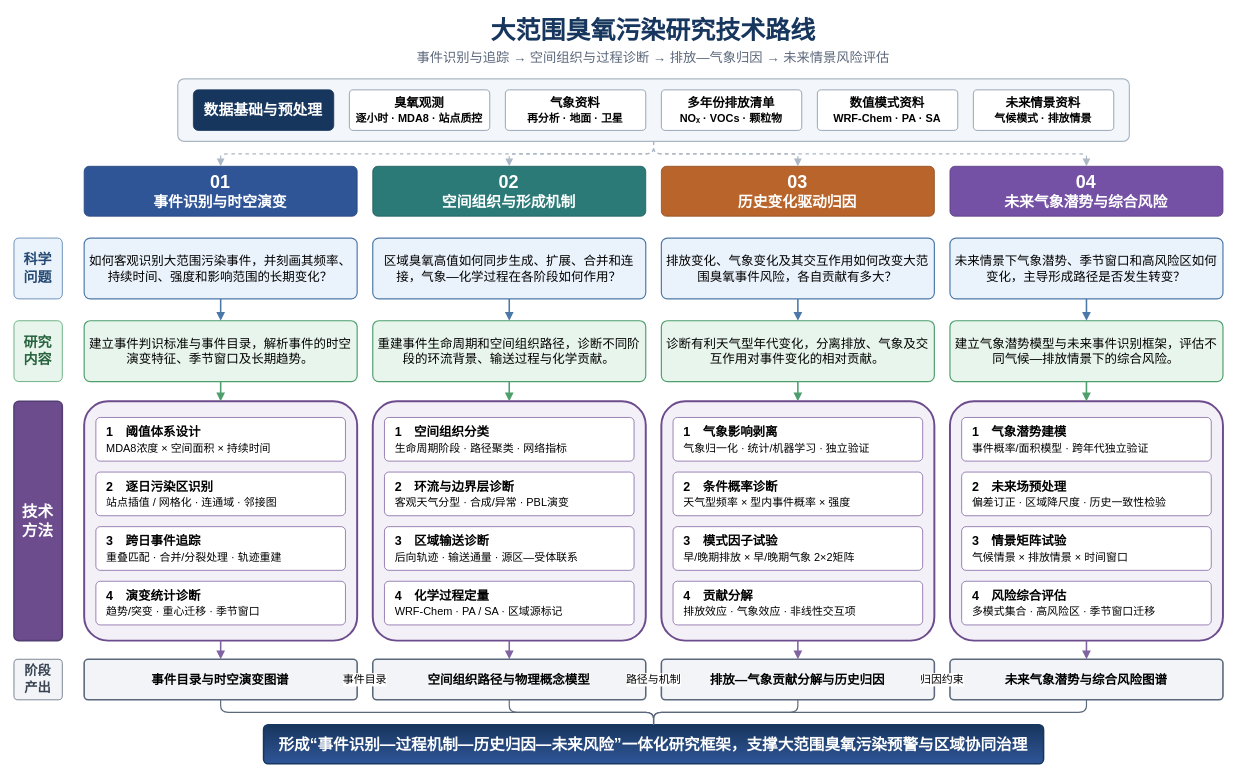
abc12580abc/workflow keeps this draw.io diagram as 技术路线图v1.drawio. Above is the earlier version. Source tidied: cells renumbered, new cells numbered last; positions are measured from the earlier drawing's top-left corner, leaving out a move shared by most shapes. Both pictures are drawn from the tidied source at 78%, with x=0, y=0 at pixel (13, 13).
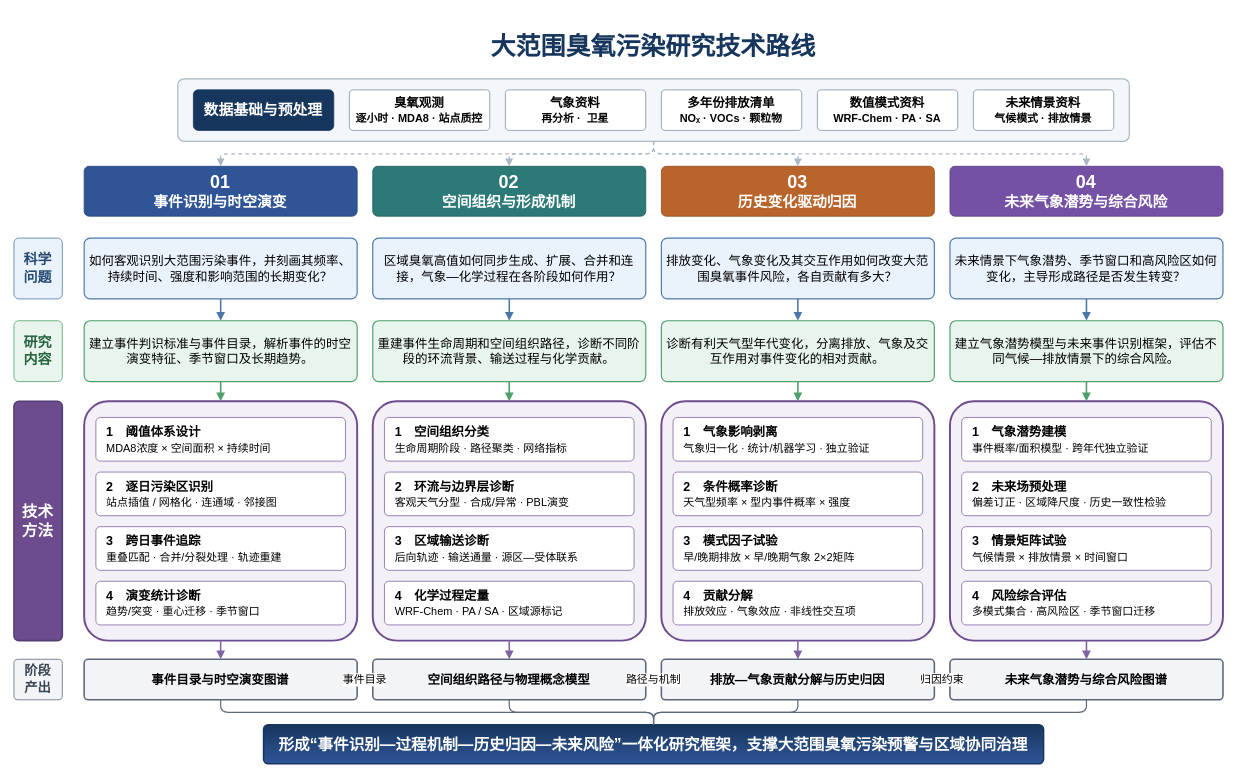
Above is the later version.

Commit message:
技术路线图v1.drawio

Change to the diagram source:
```diff
@@
     <mxCell id="2" value="大范围臭氧污染研究技术路线" style="text;html=1;align=center;verticalAlign=middle;whiteSpace=wrap;fontFamily=Microsoft YaHei;fontSize=32;fontStyle=1;fontColor=#17365D;" parent="1" vertex="1">
-      <mxGeometry x="140.4" y="-0.3" width="1360" height="44" as="geometry" />
+      <mxGeometry x="140.4" y="21" width="1360" height="44" as="geometry" />
     </mxCell>
-    <mxCell id="3" value="事件识别与追踪  →  空间组织与过程诊断  →  排放—气象归因  →  未来情景风险评估" style="text;html=1;align=center;verticalAlign=middle;whiteSpace=wrap;fontFamily=Microsoft YaHei;fontSize=17;fontColor=#5B677A;" parent="1" vertex="1">
-      <mxGeometry x="160.4" y="41.7" width="1320" height="30" as="geometry" />
-    </mxCell>
@@
-    <mxCell id="7" value="气象资料&lt;br&gt;&lt;font style=&quot;font-size:14px&quot;&gt;再分析 · 地面 · 卫星&lt;/font&gt;" style="rounded=1;whiteSpace=wrap;html=1;fillColor=#FFFFFF;strokeColor=#7F8FA4;fontFamily=Microsoft YaHei;fontSize=16;fontStyle=1;align=center;verticalAlign=middle;arcSize=10;" parent="1" vertex="1">
+    <mxCell id="7" value="气象资料&lt;br&gt;&lt;font style=&quot;font-size:14px&quot;&gt;再分析 ·&amp;nbsp; 卫星&lt;/font&gt;" style="rounded=1;whiteSpace=wrap;html=1;fillColor=#FFFFFF;strokeColor=#7F8FA4;fontFamily=Microsoft YaHei;fontSize=16;fontStyle=1;align=center;verticalAlign=middle;arcSize=10;" parent="1" vertex="1">
       <mxGeometry x="630.4" y="97.7" width="180" height="52" as="geometry" />
     </mxCell>
```
